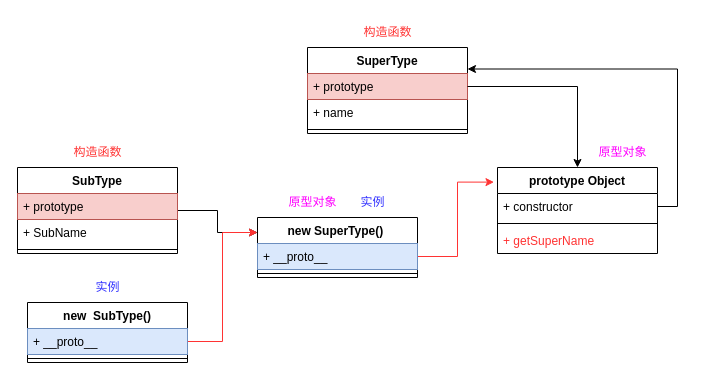
Before: js原型.drawio in wbbhacker/drawFile, a draw.io diagram. Source tidied: cells renumbered, new cells numbered last; positions are measured from the earlier drawing's top-left corner, leaving out a move shared by most shapes. Both pictures are drawn from the tidied source at 100%, with x=0, y=0 at pixel (17, 17).
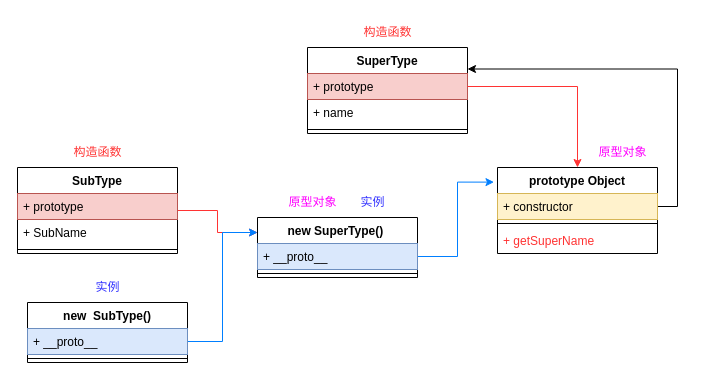
The same diagram, later.

The change refers to these unchanged cells:
```xml
<mxCell id="3" value="+ prototype" style="text;strokeColor=#b85450;fillColor=#f8cecc;align=left;verticalAlign=top;spacingLeft=4;spacingRight=4;overflow=hidden;points=[[0,0.5],[1,0.5]];portConstraint=eastwest;" parent="2" vertex="1">
  <mxGeometry y="26" width="160" height="26" as="geometry" />
</mxCell>
<mxCell id="9" value="prototype Object" style="swimlane;fontStyle=1;align=center;verticalAlign=top;horizontal=1;startSize=26;" parent="1" vertex="1">
  <mxGeometry x="480" y="150" width="160" height="86" as="geometry" />
</mxCell>
<mxCell id="14" value="SubType" style="swimlane;fontStyle=1;align=center;verticalAlign=top;horizontal=1;startSize=26;" parent="1" vertex="1">
  <mxGeometry y="150" width="160" height="86" as="geometry" />
</mxCell>
<mxCell id="18" value="new SuperType() " style="swimlane;fontStyle=1;align=center;verticalAlign=top;horizontal=1;startSize=26;" parent="1" vertex="1">
  <mxGeometry x="240" y="200" width="160" height="60" as="geometry" />
</mxCell>
<mxCell id="19" value="+ __proto__" style="text;strokeColor=#6c8ebf;fillColor=#dae8fc;align=left;verticalAlign=top;spacingLeft=4;spacingRight=4;overflow=hidden;points=[[0,0.5],[1,0.5]];portConstraint=eastwest;" parent="18" vertex="1">
  <mxGeometry y="26" width="160" height="26" as="geometry" />
</mxCell>
<mxCell id="23" value="+ __proto__" style="text;strokeColor=#6c8ebf;fillColor=#dae8fc;align=left;verticalAlign=top;spacingLeft=4;spacingRight=4;overflow=hidden;points=[[0,0.5],[1,0.5]];portConstraint=eastwest;" parent="22" vertex="1">
  <mxGeometry y="26" width="160" height="26" as="geometry" />
</mxCell>
```

What changed in the source:
```diff
@@
-    <mxCell id="6" style="edgeStyle=orthogonalEdgeStyle;rounded=0;jettySize=auto;html=1;exitX=1;exitY=0.5;exitDx=0;exitDy=0;entryX=-0.022;entryY=0.17;entryDx=0;entryDy=0;entryPerimeter=0;strokeColor=#FF3333;" parent="1" edge="1" source="19" target="9">
+    <mxCell id="6" style="edgeStyle=orthogonalEdgeStyle;rounded=0;jettySize=auto;html=1;exitX=1;exitY=0.5;exitDx=0;exitDy=0;entryX=-0.022;entryY=0.17;entryDx=0;entryDy=0;entryPerimeter=0;strokeColor=#007FFF;" parent="1" edge="1" source="19" target="9">
       <mxGeometry relative="1" as="geometry" />
     </mxCell>
-    <mxCell id="7" style="edgeStyle=orthogonalEdgeStyle;rounded=0;jettySize=auto;html=1;entryX=0.5;entryY=0;entryDx=0;entryDy=0;" parent="1" edge="1" source="3" target="9">
+    <mxCell id="7" style="edgeStyle=orthogonalEdgeStyle;rounded=0;jettySize=auto;html=1;entryX=0.5;entryY=0;entryDx=0;entryDy=0;strokeColor=#FF3333;" parent="1" edge="1" source="3" target="9">
       <mxGeometry relative="1" as="geometry" />
     </mxCell>
@@
-    <mxCell id="10" value="+ constructor" style="text;strokeColor=none;fillColor=none;align=left;verticalAlign=top;spacingLeft=4;spacingRight=4;overflow=hidden;points=[[0,0.5],[1,0.5]];portConstraint=eastwest;" parent="9" vertex="1">
+    <mxCell id="10" value="+ constructor" style="text;strokeColor=#d6b656;fillColor=#fff2cc;align=left;verticalAlign=top;spacingLeft=4;spacingRight=4;overflow=hidden;points=[[0,0.5],[1,0.5]];portConstraint=eastwest;" parent="9" vertex="1">
       <mxGeometry y="26" width="160" height="26" as="geometry" />
     </mxCell>
@@
-    <mxCell id="13" style="edgeStyle=orthogonalEdgeStyle;rounded=0;jettySize=auto;html=1;exitX=1;exitY=0.5;exitDx=0;exitDy=0;entryX=0;entryY=0.25;entryDx=0;entryDy=0;" parent="1" edge="1" source="14" target="18">
+    <mxCell id="13" style="edgeStyle=orthogonalEdgeStyle;rounded=0;jettySize=auto;html=1;exitX=1;exitY=0.5;exitDx=0;exitDy=0;entryX=0;entryY=0.25;entryDx=0;entryDy=0;strokeColor=#FF3333;" parent="1" edge="1" source="14" target="18">
       <mxGeometry relative="1" as="geometry" />
     </mxCell>
@@
-    <mxCell id="21" style="edgeStyle=orthogonalEdgeStyle;rounded=0;jettySize=auto;html=1;entryX=0;entryY=0.25;entryDx=0;entryDy=0;exitX=1;exitY=0.5;exitDx=0;exitDy=0;strokeColor=#FF3333;" parent="1" edge="1" source="23" target="18">
+    <mxCell id="21" style="edgeStyle=orthogonalEdgeStyle;rounded=0;jettySize=auto;html=1;entryX=0;entryY=0.25;entryDx=0;entryDy=0;exitX=1;exitY=0.5;exitDx=0;exitDy=0;strokeColor=#007FFF;" parent="1" edge="1" source="23" target="18">
       <mxGeometry relative="1" as="geometry" />
     </mxCell>
```
